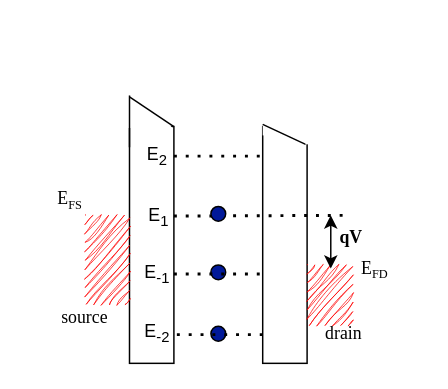
ChirantanGanguly/single-electron-transistor keeps this draw.io diagram as energy band V1.drawio. Above is the earlier version. Source tidied: cells renumbered, new cells numbered last; positions are measured from the earlier drawing's top-left corner, leaving out a move shared by most shapes. Both pictures are drawn from the tidied source at 148%, with x=0, y=0 at pixel (25, 25).
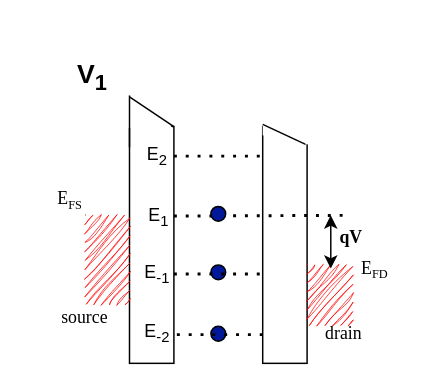
After the change.

What changed in the source:
```diff
@@
+    <mxCell id="29" value="&lt;h2&gt;V&lt;sub&gt;1&lt;/sub&gt;&lt;/h2&gt;" style="text;html=1;strokeColor=none;fillColor=none;spacing=5;spacingTop=-20;whiteSpace=wrap;overflow=hidden;rounded=0;" parent="1" vertex="1">
+      <mxGeometry x="30" y="18" width="190" height="120" as="geometry" />
+    </mxCell>
```
